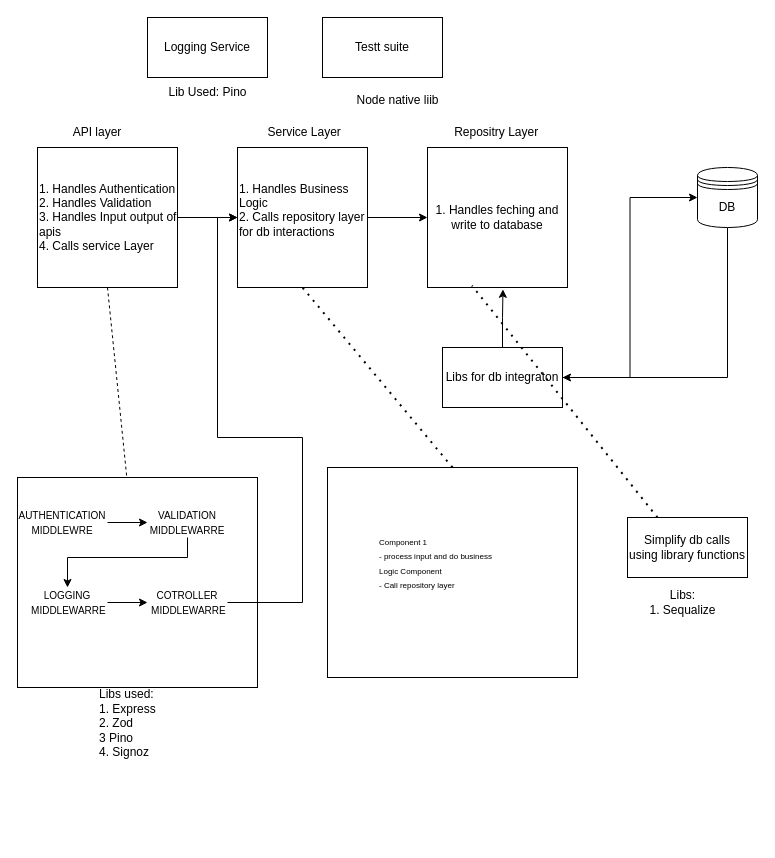
The draw.io diagram architecture.drawio in Sanket-Pargaonkar/node_crud_backend, before the edit. Source tidied: cells renumbered, new cells numbered last; positions are measured from the earlier drawing's top-left corner, leaving out a move shared by most shapes. Both pictures are drawn from the tidied source at 100%, with x=0, y=0 at pixel (17, 17).
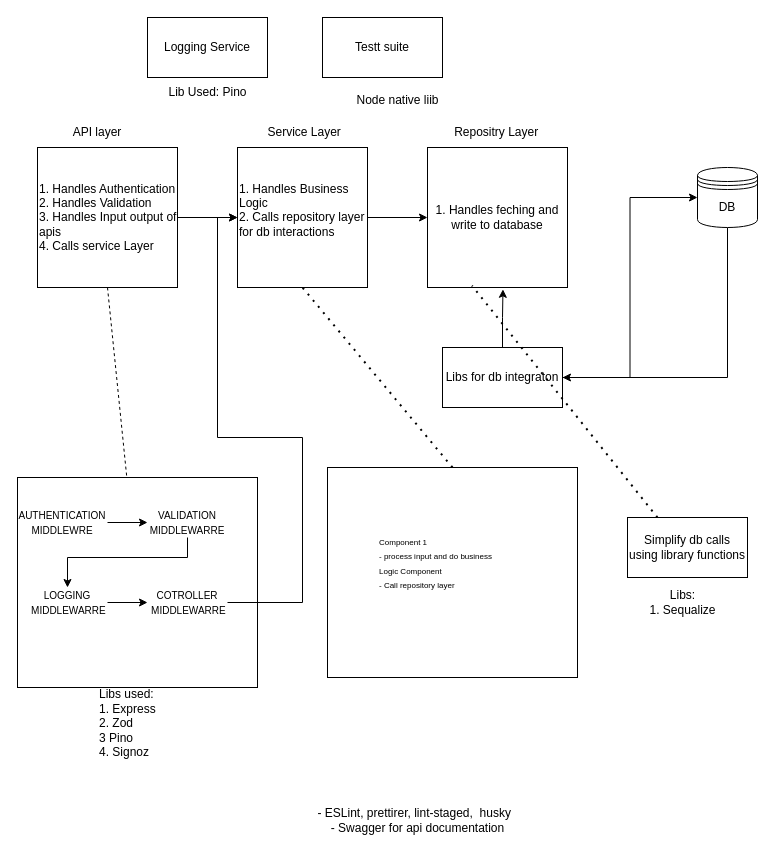
The same diagram, later.

Change to the diagram source:
```diff
@@
+    <mxCell id="39" value="- ESLint, prettirer, lint-staged,&amp;nbsp;&lt;span style=&quot;background-color: transparent; color: light-dark(rgb(0, 0, 0), rgb(255, 255, 255));&quot;&gt;&amp;nbsp;husky&amp;nbsp;&amp;nbsp;&lt;br&gt;- Swagger for api documentation&lt;/span&gt;" style="text;html=1;align=center;verticalAlign=middle;strokeColor=none;fillColor=none;" parent="1" vertex="1">
+      <mxGeometry x="290" y="783" width="220" height="40" as="geometry" />
+    </mxCell>
```
